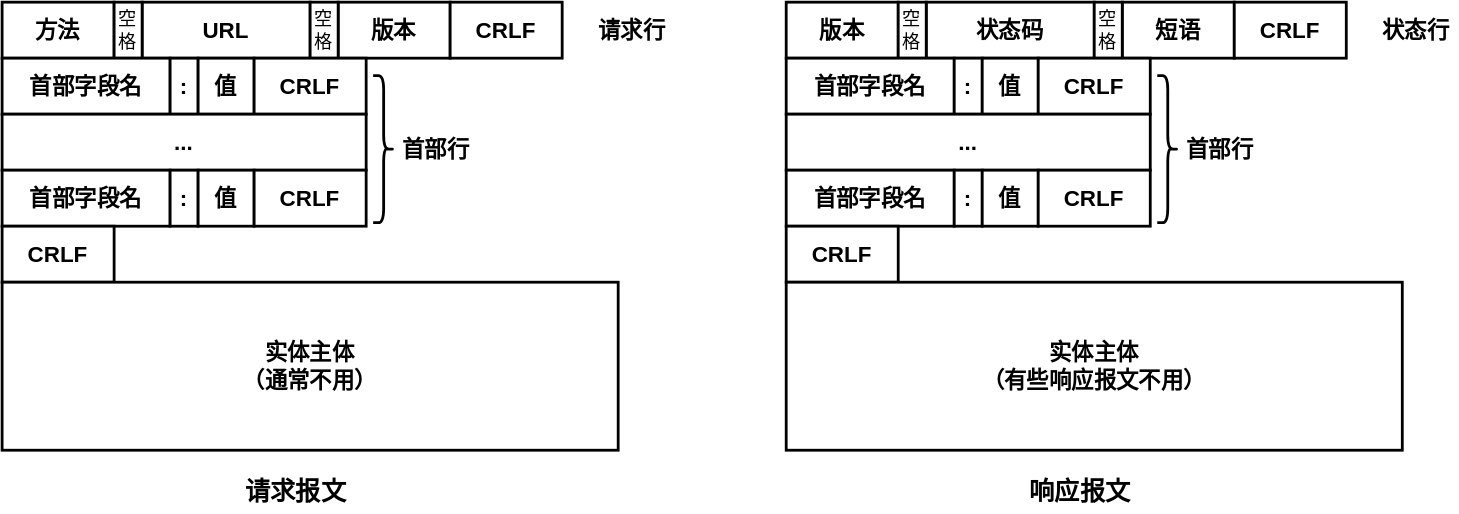
Above: pictures/计算机网络-HTTP请求报文和响应报文.drawio.svg in creatern/NoteBook (draw.io), before the change. Source tidied: cells renumbered, new cells last; positions are measured from the earlier drawing's top-left corner, leaving out a move shared by most shapes.
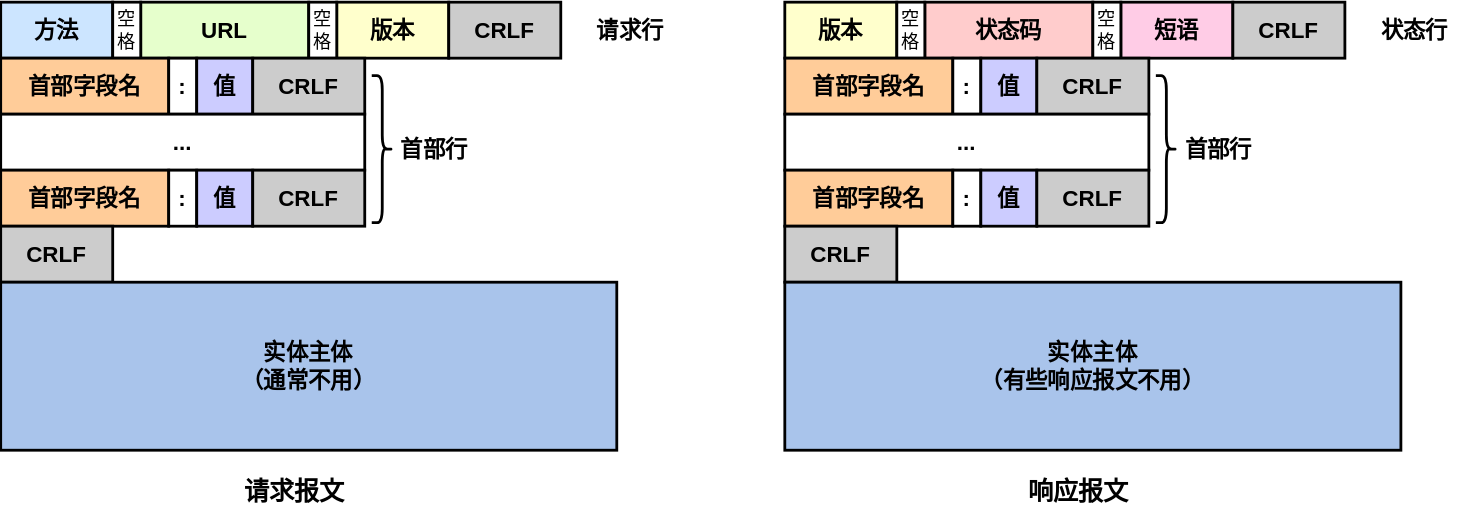
Later version of the same file.

Change to the diagram source:
```diff
@@ -2,16 +2,16 @@
   <root>
     <mxCell id="0" />
     <mxCell id="1" parent="0" />
-    <mxCell id="2" value="&lt;b style=&quot;font-size: 16px;&quot;&gt;方法&lt;/b&gt;" style="rounded=0;whiteSpace=wrap;html=1;fontFamily=Helvetica;fontSize=16;fontColor=default;strokeWidth=2;" parent="1" vertex="1">
+    <mxCell id="2" value="&lt;b style=&quot;font-size: 16px;&quot;&gt;方法&lt;/b&gt;" style="rounded=0;whiteSpace=wrap;html=1;fontFamily=Helvetica;fontSize=16;fontColor=default;strokeWidth=2;fillColor=#CCE5FF;" parent="1" vertex="1">
       <mxGeometry width="80" height="40" as="geometry" />
     </mxCell>
-    <mxCell id="3" value="&lt;b style=&quot;font-size: 16px;&quot;&gt;URL&lt;/b&gt;" style="rounded=0;whiteSpace=wrap;html=1;fontFamily=Helvetica;fontSize=16;fontColor=default;strokeWidth=2;" parent="1" vertex="1">
+    <mxCell id="3" value="&lt;b style=&quot;font-size: 16px;&quot;&gt;URL&lt;/b&gt;" style="rounded=0;whiteSpace=wrap;html=1;fontFamily=Helvetica;fontSize=16;fontColor=default;strokeWidth=2;fillColor=#E6FFCC;" parent="1" vertex="1">
       <mxGeometry x="100" width="120" height="40" as="geometry" />
     </mxCell>
-    <mxCell id="4" value="&lt;b style=&quot;font-size: 16px;&quot;&gt;版本&lt;/b&gt;" style="rounded=0;whiteSpace=wrap;html=1;fontFamily=Helvetica;fontSize=16;fontColor=default;strokeWidth=2;" parent="1" vertex="1">
+    <mxCell id="4" value="&lt;b style=&quot;font-size: 16px;&quot;&gt;版本&lt;/b&gt;" style="rounded=0;whiteSpace=wrap;html=1;fontFamily=Helvetica;fontSize=16;fontColor=default;strokeWidth=2;fillColor=#FFFFCC;" parent="1" vertex="1">
       <mxGeometry x="240" width="80" height="40" as="geometry" />
     </mxCell>
-    <mxCell id="5" value="&lt;b style=&quot;font-size: 16px;&quot;&gt;CRLF&lt;/b&gt;" style="rounded=0;whiteSpace=wrap;html=1;fontFamily=Helvetica;fontSize=16;fontColor=default;strokeWidth=2;" parent="1" vertex="1">
+    <mxCell id="5" value="&lt;b style=&quot;font-size: 16px;&quot;&gt;CRLF&lt;/b&gt;" style="rounded=0;whiteSpace=wrap;html=1;fontFamily=Helvetica;fontSize=16;fontColor=default;strokeWidth=2;fillColor=#CCCCCC;" parent="1" vertex="1">
       <mxGeometry x="320" width="80" height="40" as="geometry" />
     </mxCell>
     <mxCell id="6" value="&lt;b&gt;&lt;font style=&quot;font-size: 16px;&quot;&gt;请求行&lt;/font&gt;&lt;/b&gt;" style="text;html=1;strokeColor=none;fillColor=none;align=center;verticalAlign=middle;whiteSpace=wrap;rounded=0;fontSize=11;fontFamily=Helvetica;fontColor=default;" parent="1" vertex="1">
@@ -23,34 +23,34 @@
     <mxCell id="8" value="空格" style="rounded=0;whiteSpace=wrap;html=1;fontFamily=Helvetica;fontSize=13;fontColor=default;strokeWidth=2;" parent="1" vertex="1">
       <mxGeometry x="220" width="20" height="40" as="geometry" />
     </mxCell>
-    <mxCell id="9" value="&lt;b style=&quot;font-size: 16px;&quot;&gt;首部字段名&lt;/b&gt;" style="rounded=0;whiteSpace=wrap;html=1;fontFamily=Helvetica;fontSize=16;fontColor=default;strokeWidth=2;" parent="1" vertex="1">
+    <mxCell id="9" value="&lt;b style=&quot;font-size: 16px;&quot;&gt;首部字段名&lt;/b&gt;" style="rounded=0;whiteSpace=wrap;html=1;fontFamily=Helvetica;fontSize=16;fontColor=default;strokeWidth=2;fillColor=#FFCC99;" parent="1" vertex="1">
       <mxGeometry y="40" width="120" height="40" as="geometry" />
     </mxCell>
     <mxCell id="10" value="&lt;b style=&quot;font-size: 16px;&quot;&gt;:&lt;/b&gt;" style="rounded=0;whiteSpace=wrap;html=1;fontFamily=Helvetica;fontSize=16;fontColor=default;strokeWidth=2;" parent="1" vertex="1">
       <mxGeometry x="120" y="40" width="20" height="40" as="geometry" />
     </mxCell>
-    <mxCell id="11" value="&lt;b style=&quot;font-size: 16px;&quot;&gt;值&lt;/b&gt;" style="rounded=0;whiteSpace=wrap;html=1;fontFamily=Helvetica;fontSize=16;fontColor=default;strokeWidth=2;" parent="1" vertex="1">
+    <mxCell id="11" value="&lt;b style=&quot;font-size: 16px;&quot;&gt;值&lt;/b&gt;" style="rounded=0;whiteSpace=wrap;html=1;fontFamily=Helvetica;fontSize=16;fontColor=default;strokeWidth=2;fillColor=#CCCCFF;" parent="1" vertex="1">
       <mxGeometry x="140" y="40" width="40" height="40" as="geometry" />
     </mxCell>
-    <mxCell id="12" value="&lt;b style=&quot;font-size: 16px;&quot;&gt;CRLF&lt;/b&gt;" style="rounded=0;whiteSpace=wrap;html=1;fontFamily=Helvetica;fontSize=16;fontColor=default;strokeWidth=2;" parent="1" vertex="1">
+    <mxCell id="12" value="&lt;b style=&quot;font-size: 16px;&quot;&gt;CRLF&lt;/b&gt;" style="rounded=0;whiteSpace=wrap;html=1;fontFamily=Helvetica;fontSize=16;fontColor=default;strokeWidth=2;fillColor=#CCCCCC;" parent="1" vertex="1">
       <mxGeometry x="180" y="40" width="80" height="40" as="geometry" />
     </mxCell>
     <mxCell id="13" value="&lt;b style=&quot;font-size: 16px;&quot;&gt;...&lt;/b&gt;" style="rounded=0;whiteSpace=wrap;html=1;fontFamily=Helvetica;fontSize=16;fontColor=default;strokeWidth=2;" parent="1" vertex="1">
       <mxGeometry y="80" width="260" height="40" as="geometry" />
     </mxCell>
-    <mxCell id="14" value="&lt;b style=&quot;font-size: 16px;&quot;&gt;首部字段名&lt;/b&gt;" style="rounded=0;whiteSpace=wrap;html=1;fontFamily=Helvetica;fontSize=16;fontColor=default;strokeWidth=2;" parent="1" vertex="1">
+    <mxCell id="14" value="&lt;b style=&quot;font-size: 16px;&quot;&gt;首部字段名&lt;/b&gt;" style="rounded=0;whiteSpace=wrap;html=1;fontFamily=Helvetica;fontSize=16;fontColor=default;strokeWidth=2;fillColor=#FFCC99;" parent="1" vertex="1">
       <mxGeometry y="120" width="120" height="40" as="geometry" />
     </mxCell>
     <mxCell id="15" value="&lt;b style=&quot;font-size: 16px;&quot;&gt;:&lt;/b&gt;" style="rounded=0;whiteSpace=wrap;html=1;fontFamily=Helvetica;fontSize=16;fontColor=default;strokeWidth=2;" parent="1" vertex="1">
       <mxGeometry x="120" y="120" width="20" height="40" as="geometry" />
     </mxCell>
-    <mxCell id="16" value="&lt;b style=&quot;font-size: 16px;&quot;&gt;值&lt;/b&gt;" style="rounded=0;whiteSpace=wrap;html=1;fontFamily=Helvetica;fontSize=16;fontColor=default;strokeWidth=2;" parent="1" vertex="1">
+    <mxCell id="16" value="&lt;b style=&quot;font-size: 16px;&quot;&gt;值&lt;/b&gt;" style="rounded=0;whiteSpace=wrap;html=1;fontFamily=Helvetica;fontSize=16;fontColor=default;strokeWidth=2;fillColor=#CCCCFF;" parent="1" vertex="1">
       <mxGeometry x="140" y="120" width="40" height="40" as="geometry" />
     </mxCell>
-    <mxCell id="17" value="&lt;b style=&quot;font-size: 16px;&quot;&gt;CRLF&lt;/b&gt;" style="rounded=0;whiteSpace=wrap;html=1;fontFamily=Helvetica;fontSize=16;fontColor=default;strokeWidth=2;" parent="1" vertex="1">
+    <mxCell id="17" value="&lt;b style=&quot;font-size: 16px;&quot;&gt;CRLF&lt;/b&gt;" style="rounded=0;whiteSpace=wrap;html=1;fontFamily=Helvetica;fontSize=16;fontColor=default;strokeWidth=2;fillColor=#CCCCCC;" parent="1" vertex="1">
       <mxGeometry x="180" y="120" width="80" height="40" as="geometry" />
     </mxCell>
-    <mxCell id="18" value="&lt;b style=&quot;font-size: 16px;&quot;&gt;CRLF&lt;/b&gt;" style="rounded=0;whiteSpace=wrap;html=1;fontFamily=Helvetica;fontSize=16;fontColor=default;strokeWidth=2;" parent="1" vertex="1">
+    <mxCell id="18" value="&lt;b style=&quot;font-size: 16px;&quot;&gt;CRLF&lt;/b&gt;" style="rounded=0;whiteSpace=wrap;html=1;fontFamily=Helvetica;fontSize=16;fontColor=default;strokeWidth=2;fillColor=#CCCCCC;" parent="1" vertex="1">
       <mxGeometry y="160" width="80" height="40" as="geometry" />
     </mxCell>
     <mxCell id="19" value="&lt;b&gt;&lt;font style=&quot;font-size: 16px;&quot;&gt;首部行&lt;/font&gt;&lt;/b&gt;" style="text;html=1;strokeColor=none;fillColor=none;align=center;verticalAlign=middle;whiteSpace=wrap;rounded=0;fontSize=11;fontFamily=Helvetica;fontColor=default;" parent="1" vertex="1">
@@ -59,19 +59,19 @@
     <mxCell id="20" style="shape=curlyBracket;whiteSpace=wrap;html=1;rounded=1;flipH=1;labelPosition=right;verticalLabelPosition=middle;align=left;verticalAlign=middle;fontFamily=Helvetica;fontSize=11;fontColor=default;strokeWidth=2;" parent="1" vertex="1">
       <mxGeometry x="265" y="52.5" width="15" height="105" as="geometry" />
     </mxCell>
-    <mxCell id="21" value="&lt;b style=&quot;font-size: 16px;&quot;&gt;实体主体&lt;br&gt;（通常不用）&lt;br&gt;&lt;/b&gt;" style="rounded=0;whiteSpace=wrap;html=1;fontFamily=Helvetica;fontSize=16;fontColor=default;strokeWidth=2;" parent="1" vertex="1">
+    <mxCell id="21" value="&lt;b style=&quot;font-size: 16px;&quot;&gt;实体主体&lt;br&gt;（通常不用）&lt;br&gt;&lt;/b&gt;" style="rounded=0;whiteSpace=wrap;html=1;fontFamily=Helvetica;fontSize=16;fontColor=default;strokeWidth=2;fillColor=#A9C4EB;" parent="1" vertex="1">
       <mxGeometry y="200" width="440" height="120" as="geometry" />
     </mxCell>
-    <mxCell id="22" value="&lt;b style=&quot;font-size: 16px;&quot;&gt;版本&lt;/b&gt;" style="rounded=0;whiteSpace=wrap;html=1;fontFamily=Helvetica;fontSize=16;fontColor=default;strokeWidth=2;" parent="1" vertex="1">
+    <mxCell id="22" value="&lt;b style=&quot;font-size: 16px;&quot;&gt;版本&lt;/b&gt;" style="rounded=0;whiteSpace=wrap;html=1;fontFamily=Helvetica;fontSize=16;fontColor=default;strokeWidth=2;fillColor=#FFFFCC;" parent="1" vertex="1">
       <mxGeometry x="560" width="80" height="40" as="geometry" />
     </mxCell>
-    <mxCell id="23" value="&lt;b style=&quot;font-size: 16px;&quot;&gt;状态码&lt;/b&gt;" style="rounded=0;whiteSpace=wrap;html=1;fontFamily=Helvetica;fontSize=16;fontColor=default;strokeWidth=2;" parent="1" vertex="1">
+    <mxCell id="23" value="&lt;b style=&quot;font-size: 16px;&quot;&gt;状态码&lt;/b&gt;" style="rounded=0;whiteSpace=wrap;html=1;fontFamily=Helvetica;fontSize=16;fontColor=default;strokeWidth=2;fillColor=#FFCCCC;" parent="1" vertex="1">
       <mxGeometry x="660" width="120" height="40" as="geometry" />
     </mxCell>
-    <mxCell id="24" value="&lt;b style=&quot;font-size: 16px;&quot;&gt;短语&lt;/b&gt;" style="rounded=0;whiteSpace=wrap;html=1;fontFamily=Helvetica;fontSize=16;fontColor=default;strokeWidth=2;" parent="1" vertex="1">
+    <mxCell id="24" value="&lt;b style=&quot;font-size: 16px;&quot;&gt;短语&lt;/b&gt;" style="rounded=0;whiteSpace=wrap;html=1;fontFamily=Helvetica;fontSize=16;fontColor=default;strokeWidth=2;fillColor=#FFCCE6;" parent="1" vertex="1">
       <mxGeometry x="800" width="80" height="40" as="geometry" />
     </mxCell>
-    <mxCell id="25" value="&lt;b style=&quot;font-size: 16px;&quot;&gt;CRLF&lt;/b&gt;" style="rounded=0;whiteSpace=wrap;html=1;fontFamily=Helvetica;fontSize=16;fontColor=default;strokeWidth=2;" parent="1" vertex="1">
+    <mxCell id="25" value="&lt;b style=&quot;font-size: 16px;&quot;&gt;CRLF&lt;/b&gt;" style="rounded=0;whiteSpace=wrap;html=1;fontFamily=Helvetica;fontSize=16;fontColor=default;strokeWidth=2;fillColor=#CCCCCC;" parent="1" vertex="1">
       <mxGeometry x="880" width="80" height="40" as="geometry" />
     </mxCell>
     <mxCell id="26" value="&lt;b&gt;&lt;font style=&quot;font-size: 16px;&quot;&gt;状态行&lt;/font&gt;&lt;/b&gt;" style="text;html=1;strokeColor=none;fillColor=none;align=center;verticalAlign=middle;whiteSpace=wrap;rounded=0;fontSize=11;fontFamily=Helvetica;fontColor=default;" parent="1" vertex="1">
@@ -83,34 +83,34 @@
     <mxCell id="28" value="空格" style="rounded=0;whiteSpace=wrap;html=1;fontFamily=Helvetica;fontSize=13;fontColor=default;strokeWidth=2;" parent="1" vertex="1">
       <mxGeometry x="780" width="20" height="40" as="geometry" />
     </mxCell>
-    <mxCell id="29" value="&lt;b style=&quot;font-size: 16px;&quot;&gt;首部字段名&lt;/b&gt;" style="rounded=0;whiteSpace=wrap;html=1;fontFamily=Helvetica;fontSize=16;fontColor=default;strokeWidth=2;" parent="1" vertex="1">
+    <mxCell id="29" value="&lt;b style=&quot;font-size: 16px;&quot;&gt;首部字段名&lt;/b&gt;" style="rounded=0;whiteSpace=wrap;html=1;fontFamily=Helvetica;fontSize=16;fontColor=default;strokeWidth=2;fillColor=#FFCC99;" parent="1" vertex="1">
       <mxGeometry x="560" y="40" width="120" height="40" as="geometry" />
     </mxCell>
     <mxCell id="30" value="&lt;b style=&quot;font-size: 16px;&quot;&gt;:&lt;/b&gt;" style="rounded=0;whiteSpace=wrap;html=1;fontFamily=Helvetica;fontSize=16;fontColor=default;strokeWidth=2;" parent="1" vertex="1">
       <mxGeometry x="680" y="40" width="20" height="40" as="geometry" />
     </mxCell>
-    <mxCell id="31" value="&lt;b style=&quot;font-size: 16px;&quot;&gt;值&lt;/b&gt;" style="rounded=0;whiteSpace=wrap;html=1;fontFamily=Helvetica;fontSize=16;fontColor=default;strokeWidth=2;" parent="1" vertex="1">
+    <mxCell id="31" value="&lt;b style=&quot;font-size: 16px;&quot;&gt;值&lt;/b&gt;" style="rounded=0;whiteSpace=wrap;html=1;fontFamily=Helvetica;fontSize=16;fontColor=default;strokeWidth=2;fillColor=#CCCCFF;" parent="1" vertex="1">
       <mxGeometry x="700" y="40" width="40" height="40" as="geometry" />
     </mxCell>
-    <mxCell id="32" value="&lt;b style=&quot;font-size: 16px;&quot;&gt;CRLF&lt;/b&gt;" style="rounded=0;whiteSpace=wrap;html=1;fontFamily=Helvetica;fontSize=16;fontColor=default;strokeWidth=2;" parent="1" vertex="1">
+    <mxCell id="32" value="&lt;b style=&quot;font-size: 16px;&quot;&gt;CRLF&lt;/b&gt;" style="rounded=0;whiteSpace=wrap;html=1;fontFamily=Helvetica;fontSize=16;fontColor=default;strokeWidth=2;fillColor=#CCCCCC;" parent="1" vertex="1">
       <mxGeometry x="740" y="40" width="80" height="40" as="geometry" />
     </mxCell>
     <mxCell id="33" value="&lt;b style=&quot;font-size: 16px;&quot;&gt;...&lt;/b&gt;" style="rounded=0;whiteSpace=wrap;html=1;fontFamily=Helvetica;fontSize=16;fontColor=default;strokeWidth=2;" parent="1" vertex="1">
       <mxGeometry x="560" y="80" width="260" height="40" as="geometry" />
     </mxCell>
-    <mxCell id="34" value="&lt;b style=&quot;font-size: 16px;&quot;&gt;首部字段名&lt;/b&gt;" style="rounded=0;whiteSpace=wrap;html=1;fontFamily=Helvetica;fontSize=16;fontColor=default;strokeWidth=2;" parent="1" vertex="1">
+    <mxCell id="34" value="&lt;b style=&quot;font-size: 16px;&quot;&gt;首部字段名&lt;/b&gt;" style="rounded=0;whiteSpace=wrap;html=1;fontFamily=Helvetica;fontSize=16;fontColor=default;strokeWidth=2;fillColor=#FFCC99;" parent="1" vertex="1">
       <mxGeometry x="560" y="120" width="120" height="40" as="geometry" />
     </mxCell>
     <mxCell id="35" value="&lt;b style=&quot;font-size: 16px;&quot;&gt;:&lt;/b&gt;" style="rounded=0;whiteSpace=wrap;html=1;fontFamily=Helvetica;fontSize=16;fontColor=default;strokeWidth=2;" parent="1" vertex="1">
       <mxGeometry x="680" y="120" width="20" height="40" as="geometry" />
     </mxCell>
-    <mxCell id="36" value="&lt;b style=&quot;font-size: 16px;&quot;&gt;值&lt;/b&gt;" style="rounded=0;whiteSpace=wrap;html=1;fontFamily=Helvetica;fontSize=16;fontColor=default;strokeWidth=2;" parent="1" vertex="1">
+    <mxCell id="36" value="&lt;b style=&quot;font-size: 16px;&quot;&gt;值&lt;/b&gt;" style="rounded=0;whiteSpace=wrap;html=1;fontFamily=Helvetica;fontSize=16;fontColor=default;strokeWidth=2;fillColor=#CCCCFF;" parent="1" vertex="1">
       <mxGeometry x="700" y="120" width="40" height="40" as="geometry" />
     </mxCell>
-    <mxCell id="37" value="&lt;b style=&quot;font-size: 16px;&quot;&gt;CRLF&lt;/b&gt;" style="rounded=0;whiteSpace=wrap;html=1;fontFamily=Helvetica;fontSize=16;fontColor=default;strokeWidth=2;" parent="1" vertex="1">
+    <mxCell id="37" value="&lt;b style=&quot;font-size: 16px;&quot;&gt;CRLF&lt;/b&gt;" style="rounded=0;whiteSpace=wrap;html=1;fontFamily=Helvetica;fontSize=16;fontColor=default;strokeWidth=2;fillColor=#CCCCCC;" parent="1" vertex="1">
       <mxGeometry x="740" y="120" width="80" height="40" as="geometry" />
     </mxCell>
-    <mxCell id="38" value="&lt;b style=&quot;font-size: 16px;&quot;&gt;CRLF&lt;/b&gt;" style="rounded=0;whiteSpace=wrap;html=1;fontFamily=Helvetica;fontSize=16;fontColor=default;strokeWidth=2;" parent="1" vertex="1">
+    <mxCell id="38" value="&lt;b style=&quot;font-size: 16px;&quot;&gt;CRLF&lt;/b&gt;" style="rounded=0;whiteSpace=wrap;html=1;fontFamily=Helvetica;fontSize=16;fontColor=default;strokeWidth=2;fillColor=#CCCCCC;" parent="1" vertex="1">
       <mxGeometry x="560" y="160" width="80" height="40" as="geometry" />
     </mxCell>
     <mxCell id="39" value="&lt;b&gt;&lt;font style=&quot;font-size: 16px;&quot;&gt;首部行&lt;/font&gt;&lt;/b&gt;" style="text;html=1;strokeColor=none;fillColor=none;align=center;verticalAlign=middle;whiteSpace=wrap;rounded=0;fontSize=11;fontFamily=Helvetica;fontColor=default;" parent="1" vertex="1">
@@ -119,7 +119,7 @@
     <mxCell id="40" style="shape=curlyBracket;whiteSpace=wrap;html=1;rounded=1;flipH=1;labelPosition=right;verticalLabelPosition=middle;align=left;verticalAlign=middle;fontFamily=Helvetica;fontSize=11;fontColor=default;strokeWidth=2;" parent="1" vertex="1">
       <mxGeometry x="825" y="52.5" width="15" height="105" as="geometry" />
     </mxCell>
-    <mxCell id="41" value="&lt;b style=&quot;font-size: 16px;&quot;&gt;实体主体&lt;br&gt;（有些响应报文不用）&lt;br&gt;&lt;/b&gt;" style="rounded=0;whiteSpace=wrap;html=1;fontFamily=Helvetica;fontSize=16;fontColor=default;strokeWidth=2;" parent="1" vertex="1">
+    <mxCell id="41" value="&lt;b style=&quot;font-size: 16px;&quot;&gt;实体主体&lt;br&gt;（有些响应报文不用）&lt;br&gt;&lt;/b&gt;" style="rounded=0;whiteSpace=wrap;html=1;fontFamily=Helvetica;fontSize=16;fontColor=default;strokeWidth=2;fillColor=#A9C4EB;" parent="1" vertex="1">
       <mxGeometry x="560" y="200" width="440" height="120" as="geometry" />
     </mxCell>
     <mxCell id="42" value="&lt;b style=&quot;font-size: 18px;&quot;&gt;&lt;font style=&quot;font-size: 18px;&quot;&gt;请求报文&lt;/font&gt;&lt;/b&gt;" style="text;html=1;strokeColor=none;fillColor=none;align=center;verticalAlign=middle;whiteSpace=wrap;rounded=0;fontSize=18;fontFamily=Helvetica;fontColor=default;" parent="1" vertex="1">
```
